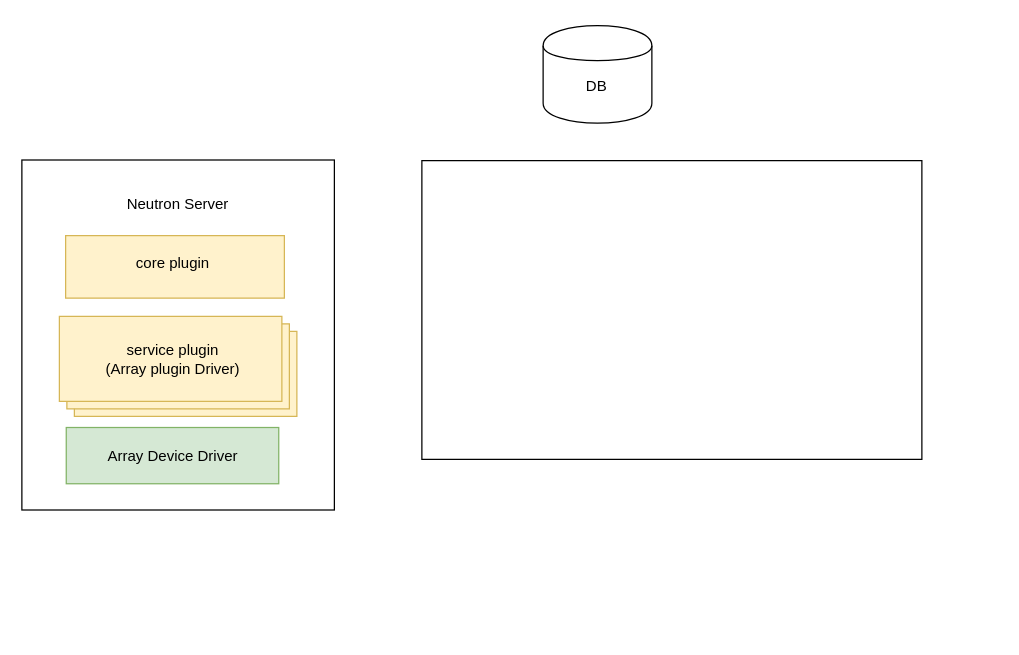
jarod-w/fordraw.io keeps this draw.io diagram as array_design.drawio. Above is the earlier version. Source tidied: cells renumbered, new cells numbered last; positions are measured from the earlier drawing's top-left corner, leaving out a move shared by most shapes. Both pictures are drawn from the tidied source at 125%, with x=0, y=0 at pixel (21, 25).
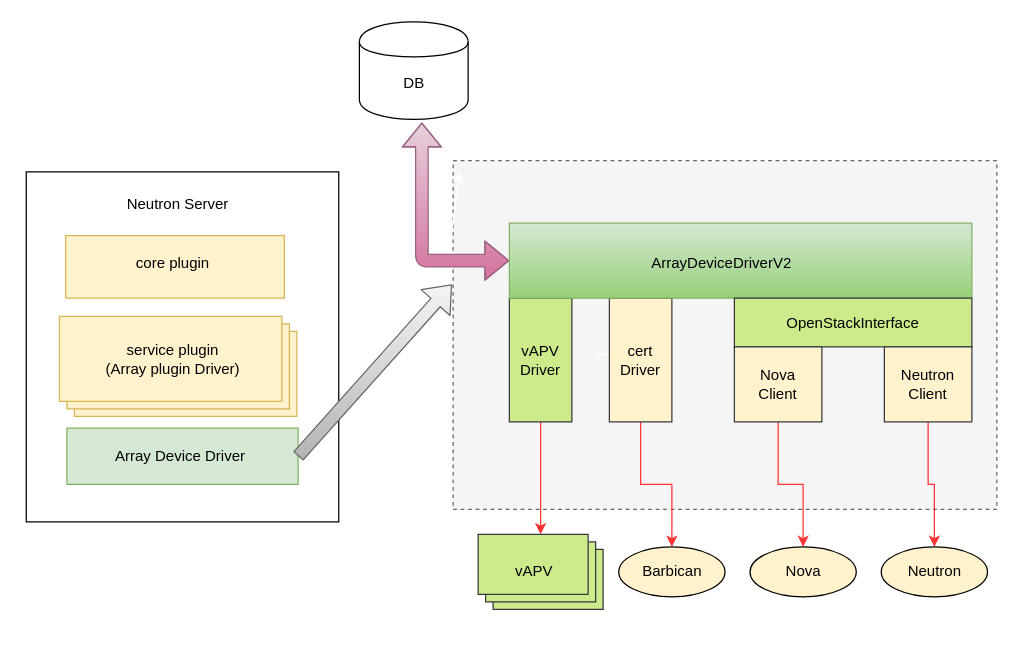
The same page after the edit.

The edit, as a diff of the source:
```diff
@@
     <mxCell id="2" style="rounded=0;whiteSpace=wrap;html=1;" parent="1" vertex="1">
-      <mxGeometry y="107.5" width="250" height="280" as="geometry" />
+      <mxGeometry x="3.5" y="117" width="250" height="280" as="geometry" />
     </mxCell>
@@
     <mxCell id="8" style="rounded=0;whiteSpace=wrap;html=1;fillColor=#d5e8d4;strokeColor=#82b366;" parent="1" vertex="1">
-      <mxGeometry x="35.5" y="321.5" width="170" height="45" as="geometry" />
+      <mxGeometry x="36" y="322" width="185" height="45" as="geometry" />
     </mxCell>
-    <mxCell id="9" style="rounded=0;whiteSpace=wrap;html=1;" parent="1" vertex="1">
-      <mxGeometry x="320" y="108" width="400" height="239" as="geometry" />
+    <mxCell id="9" style="rounded=0;whiteSpace=wrap;html=1;dashed=1;fillColor=#f5f5f5;strokeColor=#666666;fontColor=#333333;" parent="1" vertex="1">
+      <mxGeometry x="345" y="108" width="435" height="279" as="geometry" />
     </mxCell>
     <mxCell id="10" value="Array Device Driver" style="text;html=1;strokeColor=none;fillColor=none;align=center;verticalAlign=middle;whiteSpace=wrap;rounded=0;" parent="1" vertex="1">
-      <mxGeometry x="52.5" y="333.5" width="136" height="22" as="geometry" />
+      <mxGeometry x="53" y="334" width="148" height="22" as="geometry" />
     </mxCell>
     <mxCell id="11" style="shape=cylinder;whiteSpace=wrap;html=1;boundedLbl=1;backgroundOutline=1;" parent="1" vertex="1">
-      <mxGeometry x="417" width="87" height="78" as="geometry" />
+      <mxGeometry x="270" y="-3" width="87" height="78" as="geometry" />
     </mxCell>
     <mxCell id="12" value="DB&lt;br&gt;" style="text;html=1;strokeColor=none;fillColor=none;align=center;verticalAlign=middle;whiteSpace=wrap;rounded=0;" parent="1" vertex="1">
-      <mxGeometry x="440" y="39" width="40" height="20" as="geometry" />
+      <mxGeometry x="293.5" y="36" width="40" height="20" as="geometry" />
     </mxCell>
+    <mxCell id="13" style="edgeStyle=orthogonalEdgeStyle;rounded=0;orthogonalLoop=1;jettySize=auto;html=1;strokeColor=#FFFFFF;fillColor=#FFE6CC;" parent="1" edge="1">
+      <mxGeometry relative="1" as="geometry">
+        <mxPoint x="460" y="263" as="sourcePoint" />
+        <mxPoint x="490" y="263" as="targetPoint" />
+      </mxGeometry>
+    </mxCell>
+    <mxCell id="14" style="edgeStyle=orthogonalEdgeStyle;rounded=0;jettySize=auto;html=1;exitX=0.5;exitY=1;exitDx=0;exitDy=0;strokeColor=#FF3333;fillColor=#FFE6CC;" parent="1" edge="1" source="15" target="28">
+      <mxGeometry relative="1" as="geometry" />
+    </mxCell>
+    <mxCell id="15" value="vAPV&lt;br&gt;Driver&lt;br&gt;" style="rounded=0;whiteSpace=wrap;html=1;fillColor=#cdeb8b;strokeColor=#36393d;" parent="1" vertex="1">
+      <mxGeometry x="390" y="218" width="50" height="99" as="geometry" />
+    </mxCell>
+    <mxCell id="16" style="edgeStyle=orthogonalEdgeStyle;rounded=0;jettySize=auto;html=1;entryX=0.5;entryY=0;entryDx=0;entryDy=0;strokeColor=#FF3333;fillColor=#FFE6CC;" parent="1" edge="1" source="17" target="30">
+      <mxGeometry relative="1" as="geometry" />
+    </mxCell>
+    <mxCell id="17" value="cert Driver" style="rounded=0;whiteSpace=wrap;html=1;fillColor=#FFF2CC;strokeColor=#36393d;" parent="1" vertex="1">
+      <mxGeometry x="470" y="218" width="50" height="99" as="geometry" />
+    </mxCell>
+    <mxCell id="18" style="endArrow=classic;startArrow=classic;html=1;strokeColor=#FFFFFF;fillColor=#FFE6CC;" parent="1" edge="1">
+      <mxGeometry relative="1" as="geometry">
+        <mxPoint x="340" y="197" as="sourcePoint" />
+        <mxPoint x="350" y="117" as="targetPoint" />
+      </mxGeometry>
+    </mxCell>
+    <mxCell id="19" style="shape=flexArrow;endArrow=classic;startArrow=classic;html=1;strokeColor=#996185;fillColor=#e6d0de;exitX=0;exitY=0.5;exitDx=0;exitDy=0;gradientColor=#d5739d;" parent="1" edge="1" source="20">
+      <mxGeometry relative="1" as="geometry">
+        <mxPoint x="320" y="77.5" as="targetPoint" />
+        <Array as="points">
+          <mxPoint x="320" y="188" />
+        </Array>
+      </mxGeometry>
+    </mxCell>
+    <mxCell id="20" style="rounded=0;whiteSpace=wrap;html=1;gradientColor=#97d077;fillColor=#d5e8d4;strokeColor=#82b366;" parent="1" vertex="1">
+      <mxGeometry x="390" y="158" width="370" height="60" as="geometry" />
+    </mxCell>
+    <mxCell id="21" value="ArrayDeviceDriverV2" style="text;html=1;strokeColor=none;fillColor=none;align=center;verticalAlign=middle;whiteSpace=wrap;rounded=0;" parent="1" vertex="1">
+      <mxGeometry x="495" y="175.5" width="130" height="29" as="geometry" />
+    </mxCell>
+    <mxCell id="22" value="&lt;p&gt;&lt;span&gt;OpenStackInterface&lt;/span&gt;&lt;/p&gt;" style="rounded=0;whiteSpace=wrap;html=1;fillColor=#cdeb8b;strokeColor=#36393d;" parent="1" vertex="1">
+      <mxGeometry x="570" y="218" width="190" height="39" as="geometry" />
+    </mxCell>
+    <mxCell id="23" style="edgeStyle=orthogonalEdgeStyle;rounded=0;jettySize=auto;html=1;entryX=0.5;entryY=0;entryDx=0;entryDy=0;strokeColor=#FF3333;fillColor=#FFE6CC;" parent="1" edge="1" source="24" target="31">
+      <mxGeometry relative="1" as="geometry" />
+    </mxCell>
+    <mxCell id="24" value="Nova&lt;br&gt;Client&lt;br&gt;" style="rounded=0;whiteSpace=wrap;html=1;fillColor=#FFF2CC;strokeColor=#36393d;" parent="1" vertex="1">
+      <mxGeometry x="570" y="257" width="70" height="60" as="geometry" />
+    </mxCell>
+    <mxCell id="25" style="edgeStyle=orthogonalEdgeStyle;rounded=0;jettySize=auto;html=1;entryX=0.5;entryY=0;entryDx=0;entryDy=0;strokeColor=#FF3333;fillColor=#FFE6CC;" parent="1" edge="1" source="26" target="32">
+      <mxGeometry relative="1" as="geometry" />
+    </mxCell>
+    <mxCell id="26" value="Neutron&lt;br&gt;Client&lt;br&gt;" style="rounded=0;whiteSpace=wrap;html=1;fillColor=#FFF2CC;strokeColor=#36393d;" parent="1" vertex="1">
+      <mxGeometry x="690" y="257" width="70" height="60" as="geometry" />
+    </mxCell>
+    <mxCell id="27" style="endArrow=classic;startArrow=classic;html=1;strokeColor=#FFFFFF;fillColor=#FFE6CC;" parent="1" edge="1">
+      <mxGeometry relative="1" as="geometry">
+        <mxPoint x="280" y="477" as="sourcePoint" />
+        <mxPoint x="330" y="427" as="targetPoint" />
+      </mxGeometry>
+    </mxCell>
+    <mxCell id="28" style="verticalLabelPosition=bottom;verticalAlign=top;html=1;shape=mxgraph.basic.layered_rect;dx=12;outlineConnect=0;fillColor=#cdeb8b;strokeColor=#36393d;" parent="1" vertex="1">
+      <mxGeometry x="365" y="407" width="100" height="60" as="geometry" />
+    </mxCell>
+    <mxCell id="29" value="vAPV" style="text;html=1;strokeColor=none;fillColor=none;align=center;verticalAlign=middle;whiteSpace=wrap;rounded=0;" parent="1" vertex="1">
+      <mxGeometry x="390" y="427" width="40" height="20" as="geometry" />
+    </mxCell>
+    <mxCell id="30" value="Barbican" style="ellipse;whiteSpace=wrap;html=1;fillColor=#FFF2CC;" parent="1" vertex="1">
+      <mxGeometry x="477.5" y="417" width="85" height="40" as="geometry" />
+    </mxCell>
+    <mxCell id="31" value="Nova" style="ellipse;whiteSpace=wrap;html=1;fillColor=#FFF2CC;" parent="1" vertex="1">
+      <mxGeometry x="582.5" y="417" width="85" height="40" as="geometry" />
+    </mxCell>
+    <mxCell id="32" value="Neutron" style="ellipse;whiteSpace=wrap;html=1;fillColor=#FFF2CC;" parent="1" vertex="1">
+      <mxGeometry x="687.5" y="417" width="85" height="40" as="geometry" />
+    </mxCell>
+    <mxCell id="33" style="shape=flexArrow;endArrow=classic;html=1;exitX=1;exitY=0.5;exitDx=0;exitDy=0;gradientColor=#b3b3b3;fillColor=#f5f5f5;strokeColor=#666666;" parent="1" edge="1" source="8">
+      <mxGeometry relative="1" as="geometry">
+        <mxPoint x="344" y="207" as="targetPoint" />
+      </mxGeometry>
+    </mxCell>
```
